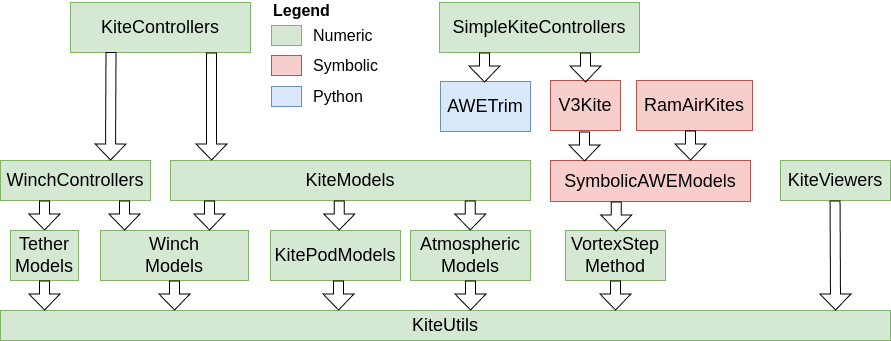
This is docs/src/kite_power_tools.png from OpenSourceAWE/KiteUtils.jl, a draw.io export, as it was before one commit. Source tidied: cells renumbered, new cells last; positions are measured from the earlier drawing's top-left corner, leaving out a move shared by most shapes. Source of this version:
```xml
<mxGraphModel>
  <root>
    <mxCell id="0" />
    <mxCell id="1" parent="0" />
    <mxCell id="2" value="KiteControllers" style="rounded=0;whiteSpace=wrap;html=1;fontSize=18;fillColor=#d5e8d4;strokeColor=#82b366;" parent="1" vertex="1">
      <mxGeometry x="70" y="2" width="180" height="50" as="geometry" />
    </mxCell>
    <mxCell id="3" value="KiteModels" style="rounded=0;whiteSpace=wrap;html=1;fontSize=18;fillColor=#d5e8d4;strokeColor=#82b366;" parent="1" vertex="1">
      <mxGeometry x="170" y="160" width="360" height="40" as="geometry" />
    </mxCell>
    <mxCell id="4" value="&lt;font style=&quot;font-size: 18px;&quot;&gt;KiteViewers&lt;/font&gt;" style="rounded=0;whiteSpace=wrap;html=1;fillColor=#d5e8d4;strokeColor=#82b366;" parent="1" vertex="1">
      <mxGeometry x="780" y="160" width="110" height="40" as="geometry" />
    </mxCell>
    <mxCell id="5" value="KitePodModels" style="rounded=0;whiteSpace=wrap;html=1;fontSize=18;fillColor=#d5e8d4;strokeColor=#82b366;" parent="1" vertex="1">
      <mxGeometry x="270" y="230" width="130" height="50" as="geometry" />
    </mxCell>
    <mxCell id="6" value="Winch&lt;br&gt;Models" style="rounded=0;whiteSpace=wrap;html=1;fontSize=18;fillColor=#d5e8d4;strokeColor=#82b366;" parent="1" vertex="1">
      <mxGeometry x="100" y="230" width="148" height="50" as="geometry" />
    </mxCell>
    <mxCell id="7" value="Atmospheric&lt;br style=&quot;font-size: 18px;&quot;&gt;Models" style="rounded=0;whiteSpace=wrap;html=1;fontSize=18;fillColor=#d5e8d4;strokeColor=#82b366;" parent="1" vertex="1">
      <mxGeometry x="410" y="230" width="120" height="50" as="geometry" />
    </mxCell>
    <mxCell id="8" value="KiteUtils" style="rounded=0;whiteSpace=wrap;html=1;fontSize=18;fillColor=#d5e8d4;strokeColor=#82b366;" parent="1" vertex="1">
      <mxGeometry y="310" width="890" height="30" as="geometry" />
    </mxCell>
    <mxCell id="9" value="VortexStep&lt;br&gt;Method" style="rounded=0;whiteSpace=wrap;html=1;fontSize=18;fillColor=#d5e8d4;strokeColor=#82b366;" parent="1" vertex="1">
      <mxGeometry x="565" y="230" width="100" height="50" as="geometry" />
    </mxCell>
    <mxCell id="10" style="shape=flexArrow;endArrow=classic;html=1;rounded=0;exitX=0.75;exitY=1;exitDx=0;exitDy=0;endSize=5;" parent="1" edge="1">
      <mxGeometry relative="1" as="geometry">
        <mxPoint x="834.5" y="200" as="sourcePoint" />
        <mxPoint x="835" y="310" as="targetPoint" />
      </mxGeometry>
    </mxCell>
    <mxCell id="11" style="shape=flexArrow;endArrow=classic;html=1;rounded=0;exitX=0.5;exitY=1;exitDx=0;exitDy=0;endSize=5;" parent="1" edge="1" source="7">
      <mxGeometry relative="1" as="geometry">
        <mxPoint x="470" y="310" as="targetPoint" />
      </mxGeometry>
    </mxCell>
    <mxCell id="12" style="shape=flexArrow;endArrow=classic;html=1;rounded=0;exitX=0.5;exitY=1;exitDx=0;exitDy=0;endSize=5;" parent="1" edge="1" source="6">
      <mxGeometry relative="1" as="geometry">
        <mxPoint x="174" y="310" as="targetPoint" />
      </mxGeometry>
    </mxCell>
    <mxCell id="13" style="shape=flexArrow;endArrow=classic;html=1;rounded=0;exitX=0.5;exitY=1;exitDx=0;exitDy=0;endSize=5;" parent="1" edge="1">
      <mxGeometry relative="1" as="geometry">
        <mxPoint x="209" y="200" as="sourcePoint" />
        <mxPoint x="209" y="230" as="targetPoint" />
      </mxGeometry>
    </mxCell>
    <mxCell id="14" style="shape=flexArrow;endArrow=classic;html=1;rounded=0;exitX=0.5;exitY=1;exitDx=0;exitDy=0;endSize=5;" parent="1" edge="1">
      <mxGeometry relative="1" as="geometry">
        <mxPoint x="338.8" y="200" as="sourcePoint" />
        <mxPoint x="338.8" y="230" as="targetPoint" />
      </mxGeometry>
    </mxCell>
    <mxCell id="15" style="shape=flexArrow;endArrow=classic;html=1;rounded=0;exitX=0.5;exitY=1;exitDx=0;exitDy=0;endSize=5;" parent="1" edge="1">
      <mxGeometry relative="1" as="geometry">
        <mxPoint x="469.8" y="200" as="sourcePoint" />
        <mxPoint x="469.8" y="230" as="targetPoint" />
      </mxGeometry>
    </mxCell>
    <mxCell id="16" style="shape=flexArrow;endArrow=classic;html=1;rounded=0;exitX=0.5;exitY=1;exitDx=0;exitDy=0;endSize=5;" parent="1" edge="1">
      <mxGeometry relative="1" as="geometry">
        <mxPoint x="338" y="280" as="sourcePoint" />
        <mxPoint x="338" y="310" as="targetPoint" />
      </mxGeometry>
    </mxCell>
    <mxCell id="17" value="WinchControllers" style="rounded=0;whiteSpace=wrap;html=1;fontSize=18;fillColor=#d5e8d4;strokeColor=#82b366;" parent="1" vertex="1">
      <mxGeometry y="160" width="150" height="40" as="geometry" />
    </mxCell>
    <mxCell id="18" style="shape=flexArrow;endArrow=classic;html=1;rounded=0;endSize=5;entryX=0.099;entryY=-0.008;entryDx=0;entryDy=0;entryPerimeter=0;exitX=0.225;exitY=0.99;exitDx=0;exitDy=0;exitPerimeter=0;" parent="1" edge="1" source="2">
      <mxGeometry relative="1" as="geometry">
        <mxPoint x="110" y="160" as="targetPoint" />
      </mxGeometry>
    </mxCell>
    <mxCell id="19" style="shape=flexArrow;endArrow=classic;html=1;rounded=0;exitX=0.293;exitY=1;exitDx=0;exitDy=0;endSize=5;exitPerimeter=0;entryX=0.5;entryY=0;entryDx=0;entryDy=0;entryPerimeter=0;" parent="1" edge="1" source="17" target="22">
      <mxGeometry relative="1" as="geometry" />
    </mxCell>
    <mxCell id="20" value="SimpleKiteControllers" style="rounded=0;whiteSpace=wrap;html=1;fontSize=18;fillColor=#d5e8d4;strokeColor=#82b366;" parent="1" vertex="1">
      <mxGeometry x="439" y="2" width="200" height="50" as="geometry" />
    </mxCell>
    <mxCell id="21" style="shape=flexArrow;endArrow=classic;html=1;rounded=0;exitX=0.5;exitY=1;exitDx=0;exitDy=0;endSize=5;" parent="1" edge="1">
      <mxGeometry relative="1" as="geometry">
        <mxPoint x="124" y="200" as="sourcePoint" />
        <mxPoint x="124" y="230" as="targetPoint" />
      </mxGeometry>
    </mxCell>
    <mxCell id="22" value="Tether&lt;br&gt;Models" style="rounded=0;whiteSpace=wrap;html=1;fontSize=18;fillColor=#d5e8d4;strokeColor=#82b366;" parent="1" vertex="1">
      <mxGeometry x="10" y="230" width="68" height="50" as="geometry" />
    </mxCell>
    <mxCell id="23" value="SymbolicAWEModels" style="rounded=0;whiteSpace=wrap;html=1;fontSize=18;fillColor=#f8cecc;strokeColor=#b85450;" parent="1" vertex="1">
      <mxGeometry x="550" y="160" width="200" height="41" as="geometry" />
    </mxCell>
    <mxCell id="24" style="shape=flexArrow;endArrow=classic;html=1;rounded=0;exitX=0.5;exitY=1;exitDx=0;exitDy=0;endSize=5;" parent="1" edge="1">
      <mxGeometry relative="1" as="geometry">
        <mxPoint x="44" y="280" as="sourcePoint" />
        <mxPoint x="44" y="310" as="targetPoint" />
      </mxGeometry>
    </mxCell>
    <mxCell id="25" style="shape=flexArrow;endArrow=classic;html=1;rounded=0;exitX=0.5;exitY=1;exitDx=0;exitDy=0;endSize=5;" parent="1" edge="1">
      <mxGeometry relative="1" as="geometry">
        <mxPoint x="615" y="280" as="sourcePoint" />
        <mxPoint x="615" y="310" as="targetPoint" />
      </mxGeometry>
    </mxCell>
    <mxCell id="26" style="shape=flexArrow;endArrow=classic;html=1;rounded=0;exitX=0.5;exitY=1;exitDx=0;exitDy=0;endSize=5;" parent="1" edge="1">
      <mxGeometry relative="1" as="geometry">
        <mxPoint x="615.8" y="201" as="sourcePoint" />
        <mxPoint x="615.8" y="231" as="targetPoint" />
      </mxGeometry>
    </mxCell>
    <mxCell id="27" value="V3Kite" style="rounded=0;whiteSpace=wrap;html=1;fontSize=18;fillColor=#f8cecc;strokeColor=#b85450;" parent="1" vertex="1">
      <mxGeometry x="550" y="80" width="70" height="50" as="geometry" />
    </mxCell>
    <mxCell id="28" value="RamAirKites" style="rounded=0;whiteSpace=wrap;html=1;fontSize=18;fillColor=#f8cecc;strokeColor=#b85450;" parent="1" vertex="1">
      <mxGeometry x="636" y="80" width="116" height="50" as="geometry" />
    </mxCell>
    <mxCell id="29" style="shape=flexArrow;endArrow=classic;html=1;rounded=0;exitX=0.5;exitY=1;exitDx=0;exitDy=0;endSize=5;" parent="1" edge="1">
      <mxGeometry relative="1" as="geometry">
        <mxPoint x="690" y="130" as="sourcePoint" />
        <mxPoint x="690" y="160" as="targetPoint" />
      </mxGeometry>
    </mxCell>
    <mxCell id="30" style="shape=flexArrow;endArrow=classic;html=1;rounded=0;exitX=0.5;exitY=1;exitDx=0;exitDy=0;endSize=5;" parent="1" edge="1">
      <mxGeometry relative="1" as="geometry">
        <mxPoint x="584" y="131" as="sourcePoint" />
        <mxPoint x="584" y="161" as="targetPoint" />
      </mxGeometry>
    </mxCell>
    <mxCell id="31" style="shape=flexArrow;endArrow=classic;html=1;rounded=0;endSize=5;entryX=0.099;entryY=-0.008;entryDx=0;entryDy=0;entryPerimeter=0;exitX=0.225;exitY=0.99;exitDx=0;exitDy=0;exitPerimeter=0;" parent="1" edge="1">
      <mxGeometry relative="1" as="geometry">
        <mxPoint x="211" y="52" as="sourcePoint" />
        <mxPoint x="211" y="160" as="targetPoint" />
      </mxGeometry>
    </mxCell>
    <mxCell id="32" style="shape=flexArrow;endArrow=classic;html=1;rounded=0;exitX=0.5;exitY=1;exitDx=0;exitDy=0;endSize=5;" parent="1" edge="1">
      <mxGeometry relative="1" as="geometry">
        <mxPoint x="585" y="52" as="sourcePoint" />
        <mxPoint x="585" y="82" as="targetPoint" />
      </mxGeometry>
    </mxCell>
    <mxCell id="33" value="AWETrim" style="rounded=0;whiteSpace=wrap;html=1;fontSize=18;fillColor=#dae8fc;strokeColor=#6c8ebf;" parent="1" vertex="1">
      <mxGeometry x="440" y="81" width="90" height="50" as="geometry" />
    </mxCell>
    <mxCell id="34" style="shape=flexArrow;endArrow=classic;html=1;rounded=0;exitX=0.5;exitY=1;exitDx=0;exitDy=0;endSize=5;" parent="1" edge="1">
      <mxGeometry relative="1" as="geometry">
        <mxPoint x="484" y="52" as="sourcePoint" />
        <mxPoint x="484" y="82" as="targetPoint" />
      </mxGeometry>
    </mxCell>
    <mxCell id="35" value="Legend" style="text;html=1;fontSize=16;fontStyle=1;align=left;verticalAlign=middle;" parent="1" vertex="1">
      <mxGeometry x="271" width="100" height="20" as="geometry" />
    </mxCell>
    <mxCell id="36" style="rounded=0;whiteSpace=wrap;html=1;fillColor=#d5e8d4;strokeColor=#82b366;" parent="1" vertex="1">
      <mxGeometry x="271" y="25" width="30" height="20" as="geometry" />
    </mxCell>
    <mxCell id="37" value="Numeric" style="text;html=1;fontSize=16;align=left;verticalAlign=middle;" parent="1" vertex="1">
      <mxGeometry x="311" y="20" width="120" height="30" as="geometry" />
    </mxCell>
    <mxCell id="38" style="rounded=0;whiteSpace=wrap;html=1;fillColor=#f8cecc;strokeColor=#b85450;" parent="1" vertex="1">
      <mxGeometry x="271" y="55" width="30" height="20" as="geometry" />
    </mxCell>
    <mxCell id="39" value="Symbolic" style="text;html=1;fontSize=16;align=left;verticalAlign=middle;" parent="1" vertex="1">
      <mxGeometry x="311" y="50" width="120" height="30" as="geometry" />
    </mxCell>
    <mxCell id="40" style="rounded=0;whiteSpace=wrap;html=1;fillColor=#dae8fc;strokeColor=#6c8ebf;" parent="1" vertex="1">
      <mxGeometry x="271" y="86" width="30" height="20" as="geometry" />
    </mxCell>
    <mxCell id="41" value="Python" style="text;html=1;fontSize=16;align=left;verticalAlign=middle;" parent="1" vertex="1">
      <mxGeometry x="311" y="81" width="120" height="30" as="geometry" />
    </mxCell>
  </root>
</mxGraphModel>
```
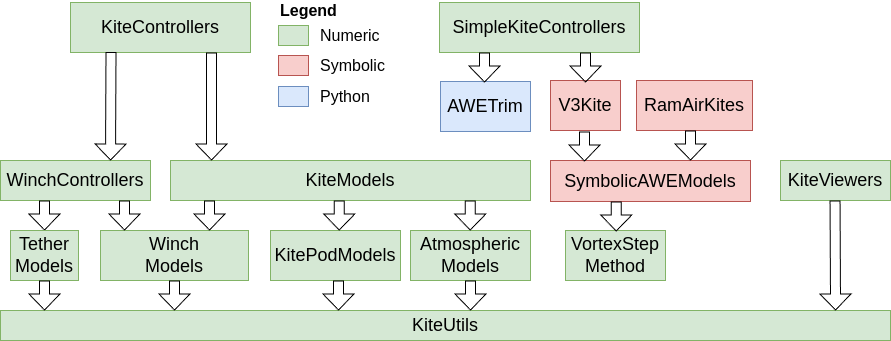
Later version of the same file.

Commit message:
Next try

The edit, as a diff of the source:
```diff
@@ -98,12 +98,6 @@
         <mxPoint x="44" y="310" as="targetPoint" />
       </mxGeometry>
     </mxCell>
-    <mxCell id="25" style="shape=flexArrow;endArrow=classic;html=1;rounded=0;exitX=0.5;exitY=1;exitDx=0;exitDy=0;endSize=5;" parent="1" edge="1">
-      <mxGeometry relative="1" as="geometry">
-        <mxPoint x="615" y="280" as="sourcePoint" />
-        <mxPoint x="615" y="310" as="targetPoint" />
-      </mxGeometry>
-    </mxCell>
     <mxCell id="26" style="shape=flexArrow;endArrow=classic;html=1;rounded=0;exitX=0.5;exitY=1;exitDx=0;exitDy=0;endSize=5;" parent="1" edge="1">
       <mxGeometry relative="1" as="geometry">
         <mxPoint x="615.8" y="201" as="sourcePoint" />
@@ -150,25 +144,25 @@
       </mxGeometry>
     </mxCell>
     <mxCell id="35" value="Legend" style="text;html=1;fontSize=16;fontStyle=1;align=left;verticalAlign=middle;" parent="1" vertex="1">
-      <mxGeometry x="271" width="100" height="20" as="geometry" />
+      <mxGeometry x="278" width="100" height="20" as="geometry" />
     </mxCell>
     <mxCell id="36" style="rounded=0;whiteSpace=wrap;html=1;fillColor=#d5e8d4;strokeColor=#82b366;" parent="1" vertex="1">
-      <mxGeometry x="271" y="25" width="30" height="20" as="geometry" />
+      <mxGeometry x="278" y="25" width="30" height="20" as="geometry" />
     </mxCell>
     <mxCell id="37" value="Numeric" style="text;html=1;fontSize=16;align=left;verticalAlign=middle;" parent="1" vertex="1">
-      <mxGeometry x="311" y="20" width="120" height="30" as="geometry" />
+      <mxGeometry x="318" y="20" width="120" height="30" as="geometry" />
     </mxCell>
     <mxCell id="38" style="rounded=0;whiteSpace=wrap;html=1;fillColor=#f8cecc;strokeColor=#b85450;" parent="1" vertex="1">
-      <mxGeometry x="271" y="55" width="30" height="20" as="geometry" />
+      <mxGeometry x="278" y="55" width="30" height="20" as="geometry" />
     </mxCell>
     <mxCell id="39" value="Symbolic" style="text;html=1;fontSize=16;align=left;verticalAlign=middle;" parent="1" vertex="1">
-      <mxGeometry x="311" y="50" width="120" height="30" as="geometry" />
+      <mxGeometry x="318" y="50" width="120" height="30" as="geometry" />
     </mxCell>
     <mxCell id="40" style="rounded=0;whiteSpace=wrap;html=1;fillColor=#dae8fc;strokeColor=#6c8ebf;" parent="1" vertex="1">
-      <mxGeometry x="271" y="86" width="30" height="20" as="geometry" />
+      <mxGeometry x="278" y="86" width="30" height="20" as="geometry" />
     </mxCell>
     <mxCell id="41" value="Python" style="text;html=1;fontSize=16;align=left;verticalAlign=middle;" parent="1" vertex="1">
-      <mxGeometry x="311" y="81" width="120" height="30" as="geometry" />
+      <mxGeometry x="318" y="81" width="120" height="30" as="geometry" />
     </mxCell>
   </root>
 </mxGraphModel>
```
